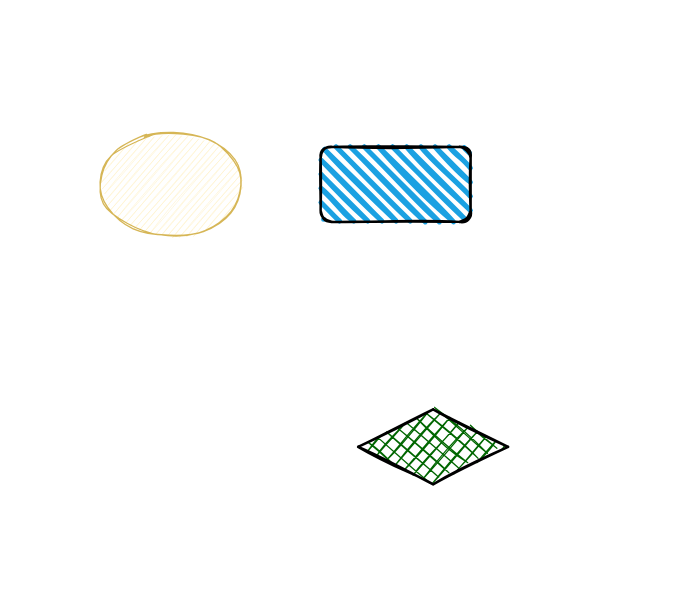
Above: 未命名绘图.drawio in yinshuaishuai/my_drawio (draw.io), before the change. Source tidied: cells renumbered, new cells numbered last; positions are measured from the earlier drawing's top-left corner, leaving out a move shared by most shapes. Both pictures are drawn from the tidied source at 125%, with x=0, y=0 at pixel (95, 134).
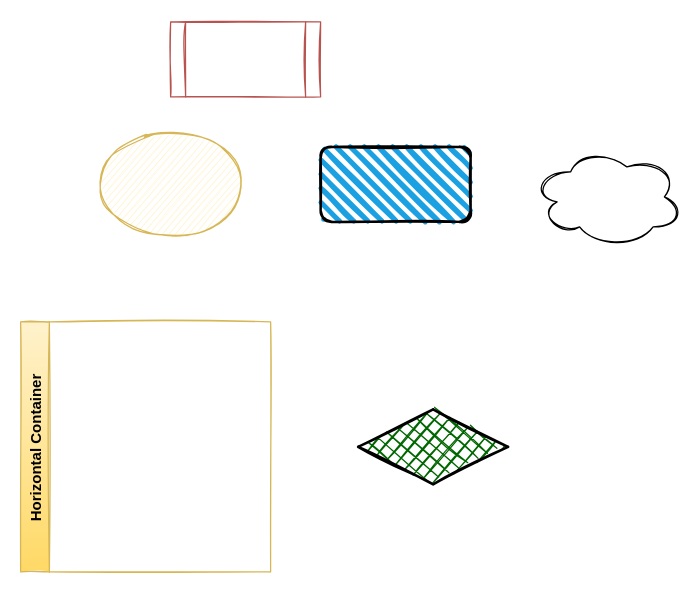
Above is the later version.

What changed in the source:
```diff
@@
 <mxGraphModel>
   <root>
     <mxCell id="0" />
     <mxCell id="1" parent="0" />
     <mxCell id="2" style="ellipse;whiteSpace=wrap;html=1;sketch=1;fillColor=#fff2cc;strokeColor=#d6b656;fillStyle=hachure;" parent="1" vertex="1">
       <mxGeometry width="120" height="80" as="geometry" />
     </mxCell>
     <mxCell id="3" style="rhombus;whiteSpace=wrap;html=1;strokeWidth=2;fillWeight=-1;hachureGap=8;fillStyle=cross-hatch;fillColor=#006600;sketch=1;" parent="1" vertex="1">
       <mxGeometry x="210" y="220" width="120" height="60" as="geometry" />
     </mxCell>
     <mxCell id="4" style="rounded=1;whiteSpace=wrap;html=1;strokeWidth=2;fillWeight=4;hachureGap=8;hachureAngle=45;fillColor=#1ba1e2;sketch=1;" parent="1" vertex="1">
       <mxGeometry x="180" y="10" width="120" height="60" as="geometry" />
     </mxCell>
+    <mxCell id="5" style="shape=process;whiteSpace=wrap;html=1;backgroundOutline=1;fillColor=default;gradientColor=none;strokeColor=#b85450;sketch=1;fillStyle=auto;" parent="1" vertex="1">
+      <mxGeometry x="60" y="-90" width="120" height="60" as="geometry" />
+    </mxCell>
+    <mxCell id="6" style="ellipse;shape=cloud;whiteSpace=wrap;html=1;sketch=1;fillStyle=auto;fillColor=default;gradientColor=none;" parent="1" vertex="1">
+      <mxGeometry x="350" y="10" width="120" height="80" as="geometry" />
+    </mxCell>
+    <mxCell id="7" value="Horizontal Container" style="swimlane;horizontal=0;sketch=1;fillStyle=auto;fillColor=#fff2cc;gradientColor=#ffd966;shadow=0;strokeColor=#d6b656;" parent="1" vertex="1">
+      <mxGeometry x="-60" y="150" width="200" height="200" as="geometry" />
+    </mxCell>
   </root>
 </mxGraphModel>
```
